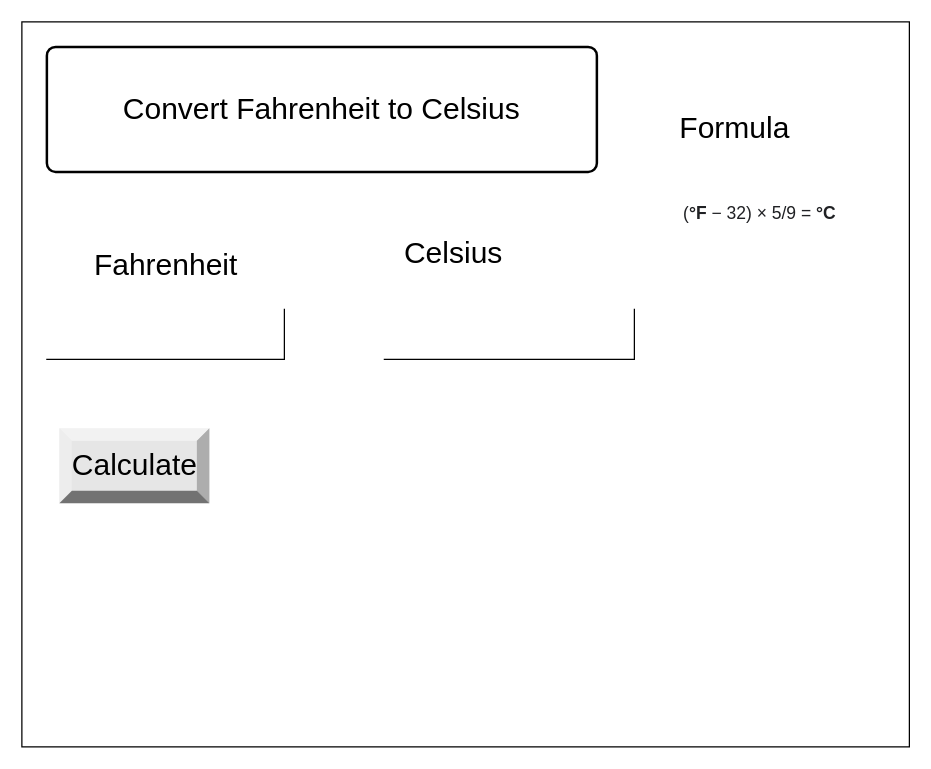
This is design/Story-Board.drawio from Emmanuel-Fofeyin/ICS2O-Unit3-04-HTML, a draw.io file, before an edit. Source tidied: cells renumbered, new cells numbered last; positions are measured from the earlier drawing's top-left corner, leaving out a move shared by most shapes. Both pictures are drawn from the tidied source at 125%, with x=0, y=0 at pixel (21, 21).
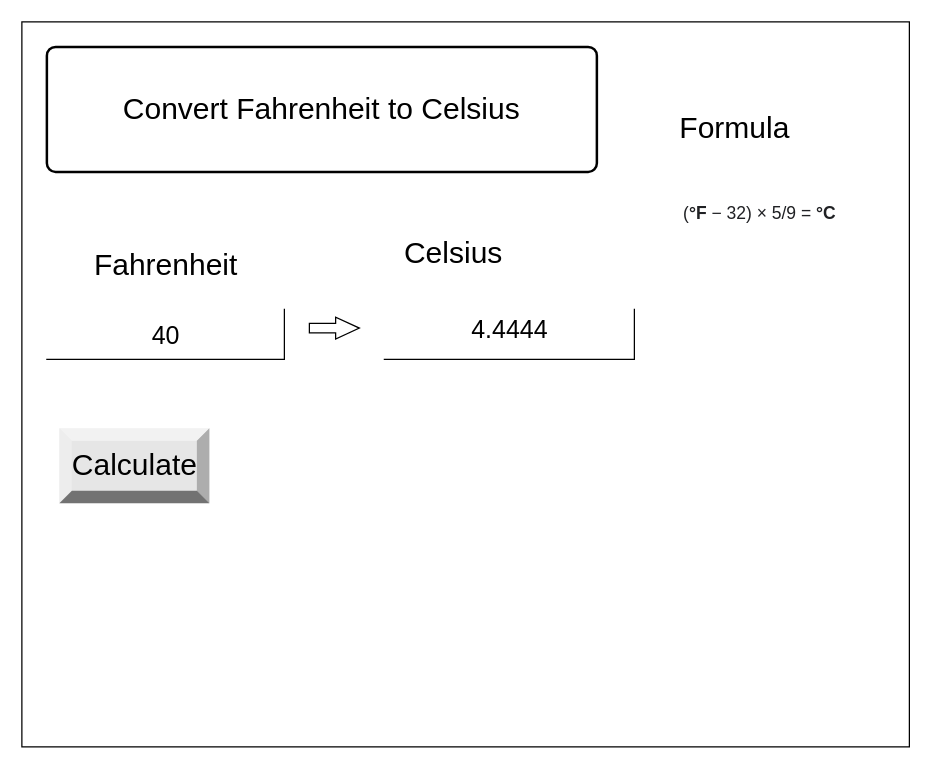
After the change.

Diff of the diagram source:
```diff
@@
 <mxGraphModel>
   <root>
     <mxCell id="0" />
     <mxCell id="1" parent="0" />
     <mxCell id="2" style="verticalLabelPosition=bottom;verticalAlign=top;html=1;shape=mxgraph.basic.rect;fillColor2=none;strokeWidth=1;size=20;indent=5;" parent="1" vertex="1">
       <mxGeometry width="710" height="580" as="geometry" />
     </mxCell>
     <mxCell id="3" value="&lt;font style=&quot;font-size: 24px&quot;&gt;Convert Fahrenheit to Celsius&lt;/font&gt;" style="rounded=1;whiteSpace=wrap;html=1;absoluteArcSize=1;arcSize=14;strokeWidth=2;fontSize=17;fontColor=#000000;" parent="1" vertex="1">
       <mxGeometry x="20" y="20" width="440" height="100" as="geometry" />
     </mxCell>
     <mxCell id="4" style="shape=partialRectangle;whiteSpace=wrap;html=1;top=0;left=0;fillColor=none;fontSize=24;fontColor=#000000;" parent="1" vertex="1">
       <mxGeometry x="20" y="230" width="190" height="40" as="geometry" />
     </mxCell>
     <mxCell id="5" value="Fahrenheit" style="text;html=1;align=center;verticalAlign=middle;strokeColor=none;fillColor=none;fontSize=24;fontColor=#000000;" parent="1" vertex="1">
       <mxGeometry x="50" y="180" width="130" height="30" as="geometry" />
     </mxCell>
     <mxCell id="6" value="Celsius" style="text;html=1;align=center;verticalAlign=middle;strokeColor=none;fillColor=none;fontSize=24;fontColor=#000000;" parent="1" vertex="1">
       <mxGeometry x="300" y="170" width="90" height="30" as="geometry" />
     </mxCell>
     <mxCell id="7" style="shape=partialRectangle;whiteSpace=wrap;html=1;top=0;left=0;fillColor=none;fontSize=24;fontColor=#000000;" parent="1" vertex="1">
       <mxGeometry x="290" y="230" width="200" height="40" as="geometry" />
     </mxCell>
     <mxCell id="8" value="Calculate" style="labelPosition=center;verticalLabelPosition=middle;align=center;html=1;shape=mxgraph.basic.shaded_button;dx=10;fillColor=#E6E6E6;strokeColor=none;fontSize=24;fontColor=#000000;" parent="1" vertex="1">
       <mxGeometry x="30" y="325" width="120" height="60" as="geometry" />
     </mxCell>
     <mxCell id="9" value="Formula" style="text;html=1;align=center;verticalAlign=middle;strokeColor=none;fillColor=none;fontSize=24;fontColor=#000000;" parent="1" vertex="1">
       <mxGeometry x="520" y="70" width="100" height="30" as="geometry" />
     </mxCell>
     <mxCell id="10" value="&lt;span style=&quot;color: rgb(32 , 33 , 36) ; font-family: &amp;#34;arial&amp;#34; , sans-serif ; font-size: 14px ; text-align: left ; background-color: rgb(255 , 255 , 255)&quot;&gt;(&lt;/span&gt;&lt;b style=&quot;color: rgb(32 , 33 , 36) ; font-family: &amp;#34;arial&amp;#34; , sans-serif ; font-size: 14px ; text-align: left ; background-color: rgb(255 , 255 , 255)&quot;&gt;°F&lt;/b&gt;&lt;span style=&quot;color: rgb(32 , 33 , 36) ; font-family: &amp;#34;arial&amp;#34; , sans-serif ; font-size: 14px ; text-align: left ; background-color: rgb(255 , 255 , 255)&quot;&gt;&amp;nbsp;&lt;/span&gt;&lt;span style=&quot;color: rgb(32 , 33 , 36) ; font-family: &amp;#34;arial&amp;#34; , sans-serif ; font-size: 14px ; text-align: left ; background-color: rgb(255 , 255 , 255)&quot;&gt;− 32) × 5/9 =&lt;/span&gt;&lt;span style=&quot;color: rgb(32 , 33 , 36) ; font-family: &amp;#34;arial&amp;#34; , sans-serif ; font-size: 14px ; text-align: left ; background-color: rgb(255 , 255 , 255)&quot;&gt;&amp;nbsp;&lt;/span&gt;&lt;b style=&quot;color: rgb(32 , 33 , 36) ; font-family: &amp;#34;arial&amp;#34; , sans-serif ; font-size: 14px ; text-align: left ; background-color: rgb(255 , 255 , 255)&quot;&gt;°C&lt;/b&gt;" style="text;html=1;align=center;verticalAlign=middle;strokeColor=none;fillColor=none;fontSize=24;fontColor=#000000;" parent="1" vertex="1">
       <mxGeometry x="520" y="130" width="140" height="40" as="geometry" />
     </mxCell>
+    <mxCell id="11" value="&lt;font style=&quot;font-size: 20px&quot;&gt;40&lt;/font&gt;" style="text;html=1;align=center;verticalAlign=middle;strokeColor=none;fillColor=none;" parent="1" vertex="1">
+      <mxGeometry x="95" y="240" width="40" height="20" as="geometry" />
+    </mxCell>
+    <mxCell id="12" value="4.4444" style="text;html=1;align=center;verticalAlign=middle;strokeColor=none;fillColor=none;fontSize=20;" parent="1" vertex="1">
+      <mxGeometry x="350" y="230" width="80" height="30" as="geometry" />
+    </mxCell>
+    <mxCell id="13" style="html=1;shadow=0;dashed=0;align=center;verticalAlign=middle;shape=mxgraph.arrows2.arrow;dy=0.56;dx=19;notch=0;fontSize=20;" parent="1" vertex="1">
+      <mxGeometry x="230" y="236.2" width="40" height="17.5" as="geometry" />
+    </mxCell>
   </root>
 </mxGraphModel>
```
